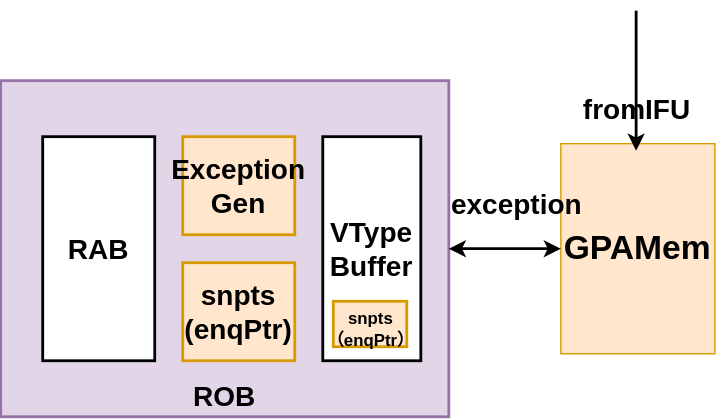
This is docs/backend/CtrlBlock/figure/GPAMem-Overview.svg from OpenXiangShan/XiangShan-Design-Doc, a draw.io export, as it was before one commit. Source tidied: cells renumbered, new cells last; positions are measured from the earlier drawing's top-left corner, leaving out a move shared by most shapes.
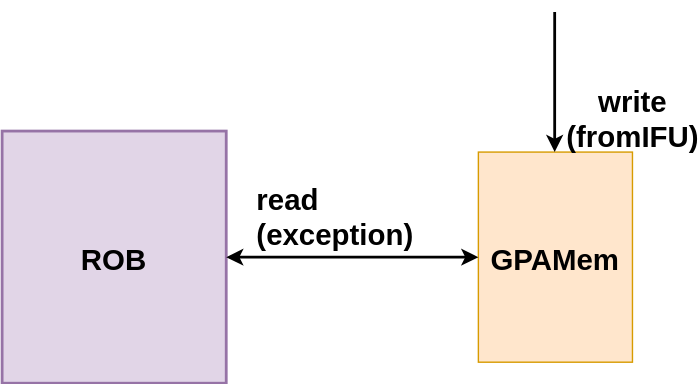
The same file after the commit.

What changed in the source:
```diff
@@ -2,38 +2,23 @@
   <root>
     <mxCell id="0" />
     <mxCell id="1" parent="0" />
-    <mxCell id="2" value="ROB" style="rounded=0;whiteSpace=wrap;html=1;fontSize=20;fontStyle=1;verticalAlign=bottom;fillColor=#e1d5e7;strokeColor=#9673a6;strokeWidth=2;" parent="1" vertex="1">
-      <mxGeometry y="50" width="320" height="240" as="geometry" />
+    <mxCell id="2" value="ROB" style="rounded=0;fontSize=21;fontStyle=1;verticalAlign=middle;fillColor=#e1d5e7;strokeColor=#9673a6;strokeWidth=2;align=center;" parent="1" vertex="1">
+      <mxGeometry x="170" y="-1640" width="160" height="180" as="geometry" />
     </mxCell>
-    <mxCell id="3" value="RAB" style="rounded=0;whiteSpace=wrap;html=1;fontSize=20;fontStyle=1;verticalAlign=middle;fontColor=#000000;strokeWidth=2;" parent="1" vertex="1">
-      <mxGeometry x="30" y="90" width="80" height="160" as="geometry" />
+    <mxCell id="3" value="GPAMem" style="rounded=0;fillColor=#ffe6cc;strokeColor=#d79b00;fontSize=21;fontStyle=1;" parent="1" vertex="1">
+      <mxGeometry x="510" y="-1625" width="110" height="150" as="geometry" />
     </mxCell>
-    <mxCell id="4" value="VType&lt;br style=&quot;font-size: 20px;&quot;&gt;Buffer" style="rounded=0;whiteSpace=wrap;html=1;fontSize=20;fontStyle=1;verticalAlign=middle;fontColor=#000000;strokeWidth=2;" parent="1" vertex="1">
-      <mxGeometry x="230" y="90" width="70" height="160" as="geometry" />
+    <mxCell id="4" value="write&#10;(fromIFU)" style="endArrow=classic;rounded=0;fontSize=21;entryX=0.75;entryY=0;entryDx=0;entryDy=0;labelBackgroundColor=none;strokeWidth=2;fontStyle=1;" parent="1" edge="1">
+      <mxGeometry x="0.5" y="56" relative="1" as="geometry">
+        <mxPoint x="564.5" y="-1725" as="sourcePoint" />
+        <mxPoint x="564.5" y="-1625" as="targetPoint" />
+      </mxGeometry>
     </mxCell>
-    <mxCell id="5" value="Exception&lt;div&gt;Gen&lt;/div&gt;" style="rounded=0;whiteSpace=wrap;html=1;fontSize=20;fontStyle=1;verticalAlign=middle;strokeWidth=2;fillColor=#ffe6cc;strokeColor=#d79b00;" parent="1" vertex="1">
-      <mxGeometry x="130" y="90" width="80" height="70" as="geometry" />
+    <mxCell id="5" style="endArrow=classic;startArrow=classic;rounded=0;exitX=1;exitY=0.5;exitDx=0;exitDy=0;entryX=0;entryY=0.5;entryDx=0;entryDy=0;strokeWidth=2;fontSize=21;fontStyle=1;" parent="1" edge="1" source="2" target="3">
+      <mxGeometry relative="1" as="geometry" />
     </mxCell>
-    <mxCell id="6" value="&lt;span style=&quot;font-size: 24px;&quot;&gt;&lt;b&gt;GPAMem&lt;/b&gt;&lt;/span&gt;" style="rounded=0;whiteSpace=wrap;html=1;fillColor=#ffe6cc;strokeColor=#d79b00;" parent="1" vertex="1">
-      <mxGeometry x="400" y="95" width="110" height="150" as="geometry" />
+    <mxCell id="6" value="read&#10;(exception)" style="text;fontSize=21;fontStyle=1;" parent="1" vertex="1">
+      <mxGeometry x="350" y="-1610" width="140" height="50" as="geometry" />
     </mxCell>
-    <mxCell id="7" value="&lt;b&gt;fromIFU&lt;/b&gt;" style="endArrow=classic;html=1;rounded=0;fontSize=20;entryX=0.75;entryY=0;entryDx=0;entryDy=0;labelBackgroundColor=none;strokeWidth=2;fontStyle=1;" parent="1" edge="1">
-      <mxGeometry x="0.4" relative="1" as="geometry">
-        <mxPoint x="453.8" as="sourcePoint" />
-        <mxPoint x="453.8" y="100" as="targetPoint" />
-      </mxGeometry>
-    </mxCell>
-    <mxCell id="8" style="endArrow=classic;startArrow=classic;html=1;rounded=0;exitX=1;exitY=0.5;exitDx=0;exitDy=0;entryX=0;entryY=0.5;entryDx=0;entryDy=0;strokeWidth=2;" parent="1" edge="1" source="2" target="6">
-      <mxGeometry relative="1" as="geometry" />
-    </mxCell>
-    <mxCell id="9" value="snpts&lt;div&gt;(enqPtr)&lt;/div&gt;" style="rounded=0;whiteSpace=wrap;html=1;fontSize=20;fontStyle=1;verticalAlign=middle;strokeWidth=2;fillColor=#ffe6cc;strokeColor=#d79b00;" parent="1" vertex="1">
-      <mxGeometry x="130" y="180" width="80" height="70" as="geometry" />
-    </mxCell>
-    <mxCell id="10" value="&lt;font style=&quot;font-size: 12px;&quot;&gt;snpts&lt;/font&gt;&lt;div style=&quot;font-size: 12px;&quot;&gt;&lt;font style=&quot;font-size: 12px;&quot;&gt;（enqPtr）&lt;/font&gt;&lt;/div&gt;" style="rounded=0;whiteSpace=wrap;html=1;fontSize=20;fontStyle=1;verticalAlign=middle;strokeWidth=2;fillColor=#ffe6cc;strokeColor=#d79b00;" parent="1" vertex="1">
-      <mxGeometry x="237.5" y="207.6" width="52.5" height="32.5" as="geometry" />
-    </mxCell>
-    <mxCell id="11" value="&lt;div style=&quot;text-align: center;&quot;&gt;&lt;span style=&quot;font-size: 20px; text-wrap: nowrap;&quot;&gt;&lt;b&gt;exception&lt;/b&gt;&lt;/span&gt;&lt;/div&gt;" style="text;whiteSpace=wrap;html=1;" parent="1" vertex="1">
-      <mxGeometry x="320" y="120" width="140" height="50" as="geometry" />
-    </mxCell>
   </root>
 </mxGraphModel>
```
